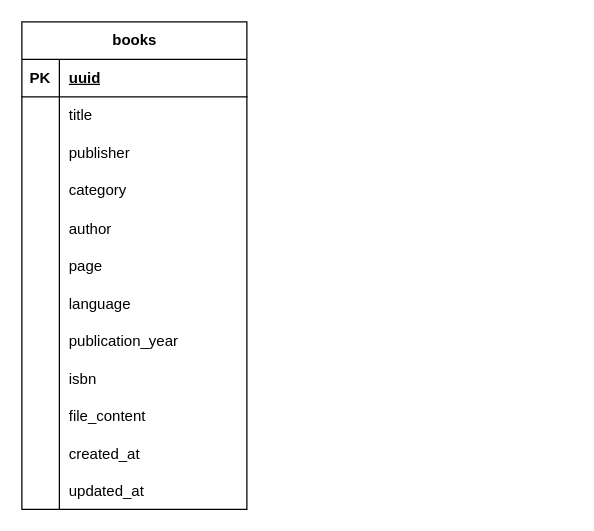
Above: neolib_logical_er_diagram.drawio in donny444/neolib (draw.io), before the change. Source tidied: cells renumbered, new cells numbered last; positions are measured from the earlier drawing's top-left corner, leaving out a move shared by most shapes. Both pictures are drawn from the tidied source at 125%, with x=0, y=0 at pixel (21, 21).
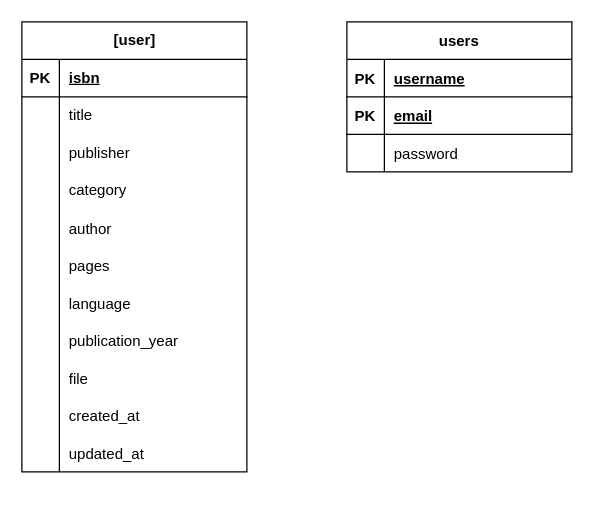
The same diagram, later.

The change refers to these unchanged cells:
```xml
<mxCell id="3" style="shape=tableRow;horizontal=0;startSize=0;swimlaneHead=0;swimlaneBody=0;fillColor=none;top=0;left=0;right=0;bottom=1;" parent="2" vertex="1">
  <mxGeometry y="30" width="180" height="30" as="geometry" />
</mxCell>
<mxCell id="18" style="shape=tableRow;horizontal=0;startSize=0;swimlaneHead=0;swimlaneBody=0;fillColor=none;top=0;left=0;right=0;bottom=0;" parent="2" vertex="1">
  <mxGeometry y="180" width="180" height="30" as="geometry" />
</mxCell>
```

Diff of the diagram source:
```diff
@@
-    <mxCell id="2" value="books" style="shape=table;startSize=30;childLayout=tableLayout;rowLines=0;fontStyle=1;align=center;html=1;" parent="1" vertex="1">
-      <mxGeometry width="180" height="390" as="geometry" />
+    <mxCell id="2" value="[user]" style="shape=table;startSize=30;childLayout=tableLayout;rowLines=0;fontStyle=1;align=center;html=1;" parent="1" vertex="1">
+      <mxGeometry width="180" height="360" as="geometry" />
     </mxCell>
@@
-    <mxCell id="5" value="uuid" style="shape=partialRectangle;fillColor=none;top=0;left=0;bottom=0;right=0;align=left;spacingLeft=6;fontStyle=5;overflow=hidden;whiteSpace=wrap;html=1;" parent="3" vertex="1">
+    <mxCell id="5" value="isbn" style="shape=partialRectangle;fillColor=none;top=0;left=0;bottom=0;right=0;align=left;spacingLeft=6;fontStyle=5;overflow=hidden;whiteSpace=wrap;html=1;" parent="3" vertex="1">
       <mxGeometry x="30" width="150" height="30" as="geometry" />
     </mxCell>
@@
-    <mxCell id="20" value="page" style="shape=partialRectangle;fillColor=none;top=0;left=0;bottom=0;right=0;align=left;spacingLeft=6;overflow=hidden;" parent="18" vertex="1">
+    <mxCell id="20" value="pages" style="shape=partialRectangle;fillColor=none;top=0;left=0;bottom=0;right=0;align=left;spacingLeft=6;overflow=hidden;" parent="18" vertex="1">
       <mxGeometry x="30" width="150" height="30" as="geometry" />
     </mxCell>
@@
-    <mxCell id="27" style="shape=tableRow;horizontal=0;startSize=0;swimlaneHead=0;swimlaneBody=0;fillColor=none;top=0;left=0;right=0;bottom=0;" parent="2" vertex="1">
-      <mxGeometry y="270" width="180" height="30" as="geometry" />
-    </mxCell>
-    <mxCell id="28" style="shape=partialRectangle;fillColor=none;top=0;left=0;bottom=0;right=0;overflow=hidden;" parent="27" vertex="1">
-      <mxGeometry width="30" height="30" as="geometry" />
-    </mxCell>
-    <mxCell id="29" value="isbn" style="shape=partialRectangle;fillColor=none;top=0;left=0;bottom=0;right=0;align=left;spacingLeft=6;overflow=hidden;" parent="27" vertex="1">
-      <mxGeometry x="30" width="150" height="30" as="geometry" />
-    </mxCell>
     <mxCell id="30" style="shape=tableRow;horizontal=0;startSize=0;swimlaneHead=0;swimlaneBody=0;fillColor=none;top=0;left=0;right=0;bottom=0;" parent="2" vertex="1">
-      <mxGeometry y="300" width="180" height="30" as="geometry" />
+      <mxGeometry y="270" width="180" height="30" as="geometry" />
     </mxCell>
@@
-    <mxCell id="32" value="file_content" style="shape=partialRectangle;fillColor=none;top=0;left=0;bottom=0;right=0;align=left;spacingLeft=6;overflow=hidden;" parent="30" vertex="1">
+    <mxCell id="32" value="file" style="shape=partialRectangle;fillColor=none;top=0;left=0;bottom=0;right=0;align=left;spacingLeft=6;overflow=hidden;" parent="30" vertex="1">
       <mxGeometry x="30" width="150" height="30" as="geometry" />
     </mxCell>
     <mxCell id="33" style="shape=tableRow;horizontal=0;startSize=0;swimlaneHead=0;swimlaneBody=0;fillColor=none;top=0;left=0;right=0;bottom=0;" parent="2" vertex="1">
-      <mxGeometry y="330" width="180" height="30" as="geometry" />
+      <mxGeometry y="300" width="180" height="30" as="geometry" />
     </mxCell>
@@
     <mxCell id="36" style="shape=tableRow;horizontal=0;startSize=0;swimlaneHead=0;swimlaneBody=0;fillColor=none;top=0;left=0;right=0;bottom=0;" parent="2" vertex="1">
-      <mxGeometry y="360" width="180" height="30" as="geometry" />
+      <mxGeometry y="330" width="180" height="30" as="geometry" />
     </mxCell>
@@
+    <mxCell id="39" value="users" style="shape=table;startSize=30;childLayout=tableLayout;rowLines=0;fontStyle=1;align=center;" parent="1" vertex="1">
+      <mxGeometry x="260" width="180" height="120" as="geometry" />
+    </mxCell>
+    <mxCell id="40" style="shape=tableRow;horizontal=0;startSize=0;swimlaneHead=0;swimlaneBody=0;fillColor=none;top=0;left=0;right=0;bottom=1;" parent="39" vertex="1">
+      <mxGeometry y="30" width="180" height="30" as="geometry" />
+    </mxCell>
+    <mxCell id="41" value="PK" style="shape=partialRectangle;fillColor=none;top=0;left=0;bottom=0;right=0;fontStyle=1;overflow=hidden;" parent="40" vertex="1">
+      <mxGeometry width="30" height="30" as="geometry" />
+    </mxCell>
+    <mxCell id="42" value="username" style="shape=partialRectangle;fillColor=none;top=0;left=0;bottom=0;right=0;align=left;spacingLeft=6;fontStyle=5;overflow=hidden;" parent="40" vertex="1">
+      <mxGeometry x="30" width="150" height="30" as="geometry" />
+    </mxCell>
+    <mxCell id="43" style="shape=tableRow;horizontal=0;startSize=0;swimlaneHead=0;swimlaneBody=0;fillColor=none;top=0;left=0;right=0;bottom=1;" parent="39" vertex="1">
+      <mxGeometry y="60" width="180" height="30" as="geometry" />
+    </mxCell>
+    <mxCell id="44" value="PK" style="shape=partialRectangle;fillColor=none;top=0;left=0;bottom=0;right=0;fontStyle=1;overflow=hidden;" parent="43" vertex="1">
+      <mxGeometry width="30" height="30" as="geometry" />
+    </mxCell>
+    <mxCell id="45" value="email" style="shape=partialRectangle;fillColor=none;top=0;left=0;bottom=0;right=0;align=left;spacingLeft=6;fontStyle=5;overflow=hidden;" parent="43" vertex="1">
+      <mxGeometry x="30" width="150" height="30" as="geometry" />
+    </mxCell>
+    <mxCell id="46" style="shape=tableRow;horizontal=0;startSize=0;swimlaneHead=0;swimlaneBody=0;fillColor=none;top=0;left=0;right=0;bottom=0;" parent="39" vertex="1">
+      <mxGeometry y="90" width="180" height="30" as="geometry" />
+    </mxCell>
+    <mxCell id="28" style="shape=partialRectangle;fillColor=none;top=0;left=0;bottom=0;right=0;overflow=hidden;" parent="46" vertex="1">
+      <mxGeometry width="30" height="30" as="geometry" />
+    </mxCell>
+    <mxCell id="47" value="password" style="shape=partialRectangle;fillColor=none;top=0;left=0;bottom=0;right=0;align=left;spacingLeft=6;overflow=hidden;" parent="46" vertex="1">
+      <mxGeometry x="30" width="150" height="30" as="geometry" />
+    </mxCell>
```
